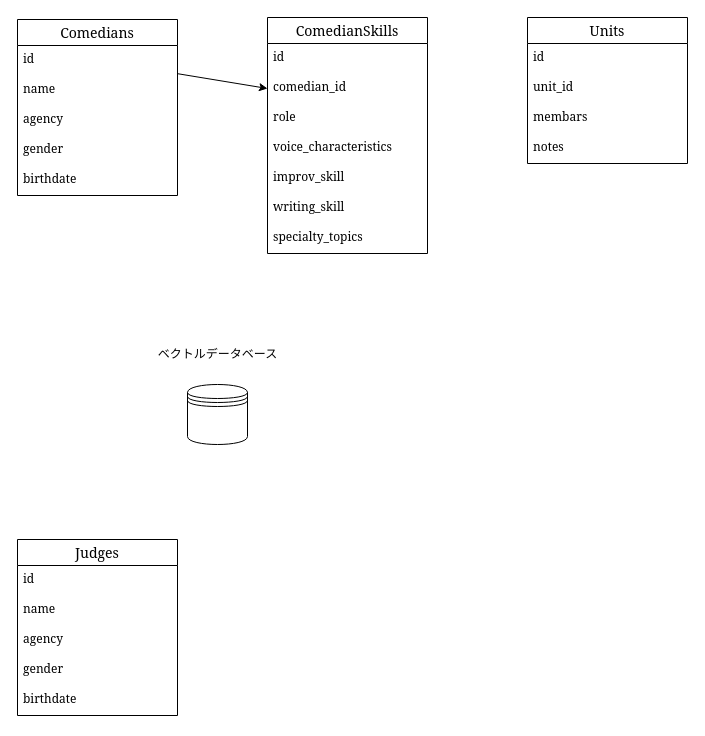
Above: firebase/ER.drawio in VoiceCast/AI-hackathon-backend (draw.io), before the change. Source tidied: cells renumbered, new cells numbered last; positions are measured from the earlier drawing's top-left corner, leaving out a move shared by most shapes. Both pictures are drawn from the tidied source at 100%, with x=0, y=0 at pixel (17, 17).
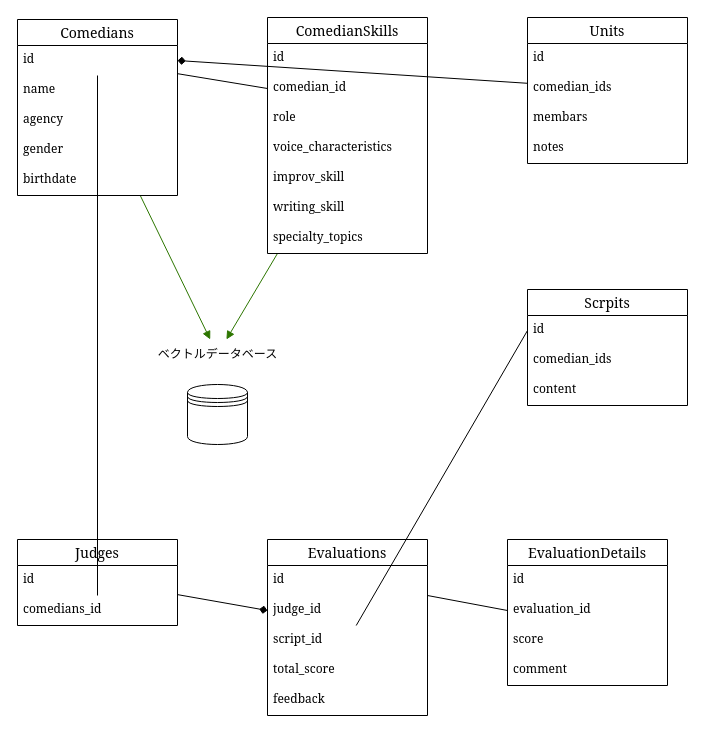
The same diagram, later.

Commit message:
審査員側のER図作成_v2

Unchanged cells that the change refers to:
```xml
<mxCell id="2" value="ComedianSkills" style="swimlane;fontStyle=0;horizontal=1;startSize=26;align=center;fontSize=14;fontFamily=Georgia;" parent="1" vertex="1">
  <mxGeometry x="250" width="160" height="236" as="geometry" />
</mxCell>
<mxCell id="4" value="comedian_id" style="text;strokeColor=none;fillColor=none;spacingLeft=4;spacingRight=4;overflow=hidden;points=[[0,0.5],[1,0.5]];portConstraint=eastwest;fontSize=12;fontFamily=Georgia;" parent="2" vertex="1">
  <mxGeometry y="56" width="160" height="30" as="geometry" />
</mxCell>
<mxCell id="10" value="Comedians" style="swimlane;fontStyle=0;horizontal=1;startSize=26;align=center;fontSize=14;fontFamily=Georgia;" parent="1" vertex="1">
  <mxGeometry y="2" width="160" height="176" as="geometry" />
</mxCell>
<mxCell id="11" value="id" style="text;strokeColor=none;fillColor=none;spacingLeft=4;spacingRight=4;overflow=hidden;points=[[0,0.5],[1,0.5]];portConstraint=eastwest;fontSize=12;fontFamily=Georgia;" parent="10" vertex="1">
  <mxGeometry y="26" width="160" height="30" as="geometry" />
</mxCell>
<mxCell id="16" value="Units" style="swimlane;fontStyle=0;horizontal=1;startSize=26;align=center;fontSize=14;fontFamily=Georgia;" parent="1" vertex="1">
  <mxGeometry x="510" width="160" height="146" as="geometry" />
</mxCell>
<mxCell id="22" value="ベクトルデータベース" style="text;html=1;align=center;verticalAlign=middle;points=[];strokeColor=none;fillColor=none;fontFamily=Georgia;" parent="1" vertex="1">
  <mxGeometry x="130" y="322" width="140" height="30" as="geometry" />
</mxCell>
<mxCell id="25" value="id" style="text;strokeColor=none;fillColor=none;spacingLeft=4;spacingRight=4;overflow=hidden;points=[[0,0.5],[1,0.5]];portConstraint=eastwest;fontSize=12;fontFamily=Georgia;" parent="24" vertex="1">
  <mxGeometry y="26" width="160" height="30" as="geometry" />
</mxCell>
```

The edit, as a diff of the source:
```diff
@@
+    <mxCell id="30" style="edgeStyle=none;html=1;startArrow=none;startFill=0;endArrow=block;endFill=1;fillColor=#60a917;strokeColor=#2D7600;" parent="1" edge="1" source="2" target="22">
+      <mxGeometry relative="1" as="geometry" />
+    </mxCell>
@@
+    <mxCell id="31" style="edgeStyle=none;html=1;startArrow=none;startFill=0;endArrow=block;endFill=1;fillColor=#60a917;strokeColor=#2D7600;" parent="1" edge="1" source="10" target="22">
+      <mxGeometry relative="1" as="geometry" />
+    </mxCell>
@@
-    <mxCell id="18" value="unit_id" style="text;strokeColor=none;fillColor=none;spacingLeft=4;spacingRight=4;overflow=hidden;points=[[0,0.5],[1,0.5]];portConstraint=eastwest;fontSize=12;fontFamily=Georgia;" parent="16" vertex="1">
+    <mxCell id="18" value="comedian_ids" style="text;strokeColor=none;fillColor=none;spacingLeft=4;spacingRight=4;overflow=hidden;points=[[0,0.5],[1,0.5]];portConstraint=eastwest;fontSize=12;fontFamily=Georgia;" parent="16" vertex="1">
       <mxGeometry y="56" width="160" height="30" as="geometry" />
     </mxCell>
@@
-    <mxCell id="23" style="edgeStyle=none;html=1;entryX=0;entryY=0.5;entryDx=0;entryDy=0;fontFamily=Georgia;" parent="1" edge="1" source="11" target="4">
+    <mxCell id="23" style="edgeStyle=none;html=1;entryX=0;entryY=0.5;entryDx=0;entryDy=0;fontFamily=Georgia;endArrow=none;endFill=0;startArrow=none;startFill=0;" parent="1" edge="1" source="11" target="4">
       <mxGeometry relative="1" as="geometry" />
     </mxCell>
     <mxCell id="24" value="Judges" style="swimlane;fontStyle=0;horizontal=1;startSize=26;align=center;fontSize=14;fontFamily=Georgia;" parent="1" vertex="1">
-      <mxGeometry y="522" width="160" height="176" as="geometry" />
+      <mxGeometry y="522" width="160" height="86" as="geometry" />
     </mxCell>
@@
-    <mxCell id="26" value="name" style="text;strokeColor=none;fillColor=none;spacingLeft=4;spacingRight=4;overflow=hidden;points=[[0,0.5],[1,0.5]];portConstraint=eastwest;fontSize=12;fontFamily=Georgia;" parent="24" vertex="1">
+    <mxCell id="26" value="comedians_id" style="text;strokeColor=none;fillColor=none;spacingLeft=4;spacingRight=4;overflow=hidden;points=[[0,0.5],[1,0.5]];portConstraint=eastwest;fontSize=12;fontFamily=Georgia;" parent="24" vertex="1">
       <mxGeometry y="56" width="160" height="30" as="geometry" />
     </mxCell>
-    <mxCell id="27" value="agency" style="text;strokeColor=none;fillColor=none;spacingLeft=4;spacingRight=4;overflow=hidden;fontSize=12;fontFamily=Georgia;" parent="24" vertex="1">
-      <mxGeometry y="86" width="160" height="30" as="geometry" />
-    </mxCell>
-    <mxCell id="28" value="gender" style="text;strokeColor=none;fillColor=none;spacingLeft=4;spacingRight=4;overflow=hidden;fontSize=12;fontFamily=Georgia;" parent="24" vertex="1">
-      <mxGeometry y="116" width="160" height="30" as="geometry" />
-    </mxCell>
-    <mxCell id="29" value="birthdate" style="text;strokeColor=none;fillColor=none;spacingLeft=4;spacingRight=4;overflow=hidden;fontSize=12;fontFamily=Georgia;" parent="24" vertex="1">
-      <mxGeometry y="146" width="160" height="30" as="geometry" />
-    </mxCell>
+    <mxCell id="32" style="edgeStyle=none;html=1;endArrow=none;endFill=0;startArrow=none;startFill=0;" parent="1" edge="1" source="26" target="11">
+      <mxGeometry relative="1" as="geometry" />
+    </mxCell>
+    <mxCell id="33" value="Evaluations" style="swimlane;fontStyle=0;horizontal=1;startSize=26;align=center;fontSize=14;fontFamily=Georgia;" parent="1" vertex="1">
+      <mxGeometry x="250" y="522" width="160" height="176" as="geometry" />
+    </mxCell>
+    <mxCell id="34" value="id" style="text;strokeColor=none;fillColor=none;spacingLeft=4;spacingRight=4;overflow=hidden;points=[[0,0.5],[1,0.5]];portConstraint=eastwest;fontSize=12;fontFamily=Georgia;" parent="33" vertex="1">
+      <mxGeometry y="26" width="160" height="30" as="geometry" />
+    </mxCell>
+    <mxCell id="35" value="judge_id" style="text;strokeColor=none;fillColor=none;spacingLeft=4;spacingRight=4;overflow=hidden;points=[[0,0.5],[1,0.5]];portConstraint=eastwest;fontSize=12;fontFamily=Georgia;" parent="33" vertex="1">
+      <mxGeometry y="56" width="160" height="30" as="geometry" />
+    </mxCell>
+    <mxCell id="36" value="script_id" style="text;strokeColor=none;fillColor=none;spacingLeft=4;spacingRight=4;overflow=hidden;points=[[0,0.5],[1,0.5]];portConstraint=eastwest;fontSize=12;fontFamily=Georgia;" parent="33" vertex="1">
+      <mxGeometry y="86" width="160" height="30" as="geometry" />
+    </mxCell>
+    <mxCell id="37" value="total_score" style="text;strokeColor=none;fillColor=none;spacingLeft=4;spacingRight=4;overflow=hidden;fontSize=12;fontFamily=Georgia;" parent="33" vertex="1">
+      <mxGeometry y="116" width="160" height="30" as="geometry" />
+    </mxCell>
+    <mxCell id="38" value="feedback" style="text;strokeColor=none;fillColor=none;spacingLeft=4;spacingRight=4;overflow=hidden;fontSize=12;fontFamily=Georgia;" parent="33" vertex="1">
+      <mxGeometry y="146" width="160" height="30" as="geometry" />
+    </mxCell>
+    <mxCell id="39" style="edgeStyle=none;html=1;entryX=0;entryY=0.5;entryDx=0;entryDy=0;endArrow=diamond;endFill=1;" parent="1" edge="1" source="25" target="35">
+      <mxGeometry relative="1" as="geometry" />
+    </mxCell>
+    <mxCell id="40" value="EvaluationDetails" style="swimlane;fontStyle=0;horizontal=1;startSize=26;align=center;fontSize=14;fontFamily=Georgia;" parent="1" vertex="1">
+      <mxGeometry x="490" y="522" width="160" height="146" as="geometry" />
+    </mxCell>
+    <mxCell id="41" value="id" style="text;strokeColor=none;fillColor=none;spacingLeft=4;spacingRight=4;overflow=hidden;fontSize=12;fontFamily=Georgia;" parent="40" vertex="1">
+      <mxGeometry y="26" width="160" height="30" as="geometry" />
+    </mxCell>
+    <mxCell id="42" value="evaluation_id" style="text;strokeColor=none;fillColor=none;spacingLeft=4;spacingRight=4;overflow=hidden;points=[[0,0.5],[1,0.5]];portConstraint=eastwest;fontSize=12;fontFamily=Georgia;" parent="40" vertex="1">
+      <mxGeometry y="56" width="160" height="30" as="geometry" />
+    </mxCell>
+    <mxCell id="43" value="score" style="text;strokeColor=none;fillColor=none;spacingLeft=4;spacingRight=4;overflow=hidden;fontSize=12;fontFamily=Georgia;" parent="40" vertex="1">
+      <mxGeometry y="86" width="160" height="30" as="geometry" />
+    </mxCell>
+    <mxCell id="44" value="comment" style="text;strokeColor=none;fillColor=none;spacingLeft=4;spacingRight=4;overflow=hidden;fontSize=12;fontFamily=Georgia;" parent="40" vertex="1">
+      <mxGeometry y="116" width="160" height="30" as="geometry" />
+    </mxCell>
+    <mxCell id="45" style="edgeStyle=none;html=1;entryX=0;entryY=0.5;entryDx=0;entryDy=0;endArrow=none;endFill=0;startArrow=none;startFill=0;" parent="1" edge="1" source="34" target="42">
+      <mxGeometry relative="1" as="geometry" />
+    </mxCell>
+    <mxCell id="46" style="edgeStyle=none;html=1;entryX=1;entryY=0.5;entryDx=0;entryDy=0;startArrow=none;startFill=0;endArrow=diamond;endFill=1;" parent="1" edge="1" source="18" target="11">
+      <mxGeometry relative="1" as="geometry" />
+    </mxCell>
+    <mxCell id="47" value="Scrpits" style="swimlane;fontStyle=0;horizontal=1;startSize=26;align=center;fontSize=14;fontFamily=Georgia;" parent="1" vertex="1">
+      <mxGeometry x="510" y="272" width="160" height="116" as="geometry" />
+    </mxCell>
+    <mxCell id="48" value="id" style="text;strokeColor=none;fillColor=none;spacingLeft=4;spacingRight=4;overflow=hidden;points=[[0,0.5],[1,0.5]];portConstraint=eastwest;fontSize=12;fontFamily=Georgia;" parent="47" vertex="1">
+      <mxGeometry y="26" width="160" height="30" as="geometry" />
+    </mxCell>
+    <mxCell id="49" value="comedian_ids" style="text;strokeColor=none;fillColor=none;spacingLeft=4;spacingRight=4;overflow=hidden;fontSize=12;fontFamily=Georgia;" parent="47" vertex="1">
+      <mxGeometry y="56" width="160" height="30" as="geometry" />
+    </mxCell>
+    <mxCell id="50" value="content" style="text;strokeColor=none;fillColor=none;spacingLeft=4;spacingRight=4;overflow=hidden;fontSize=12;fontFamily=Georgia;" parent="47" vertex="1">
+      <mxGeometry y="86" width="160" height="30" as="geometry" />
+    </mxCell>
+    <mxCell id="51" style="edgeStyle=none;html=1;entryX=0;entryY=0.5;entryDx=0;entryDy=0;startArrow=none;startFill=0;endArrow=none;endFill=0;" parent="1" edge="1" source="36" target="48">
+      <mxGeometry relative="1" as="geometry" />
+    </mxCell>
```
